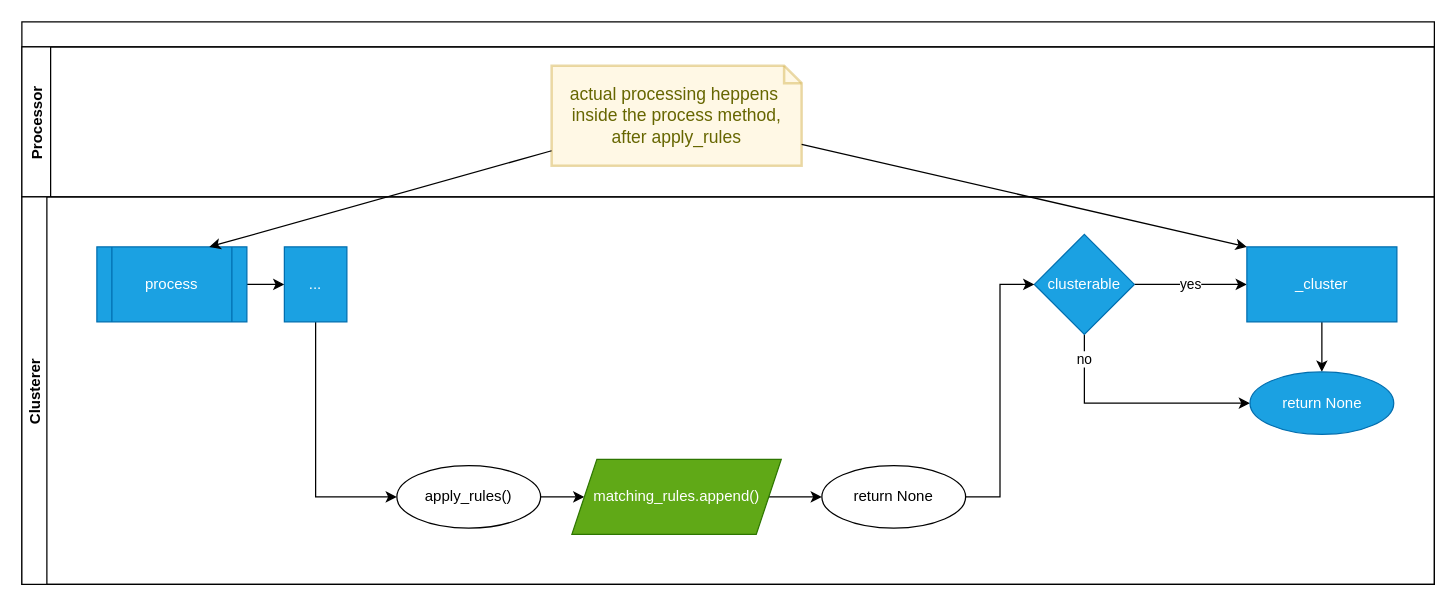
Before: page "Clusterer" (3 of 30) of doc/source/development/architecture/diagramms/process.drawio in fkie-cad/Logprep, a draw.io diagram. Source tidied: cells renumbered, new cells numbered last; positions are measured from the earlier drawing's top-left corner, leaving out a move shared by most shapes. Both pictures are drawn from the tidied source at 125%, with x=0, y=0 at pixel (21, 21).
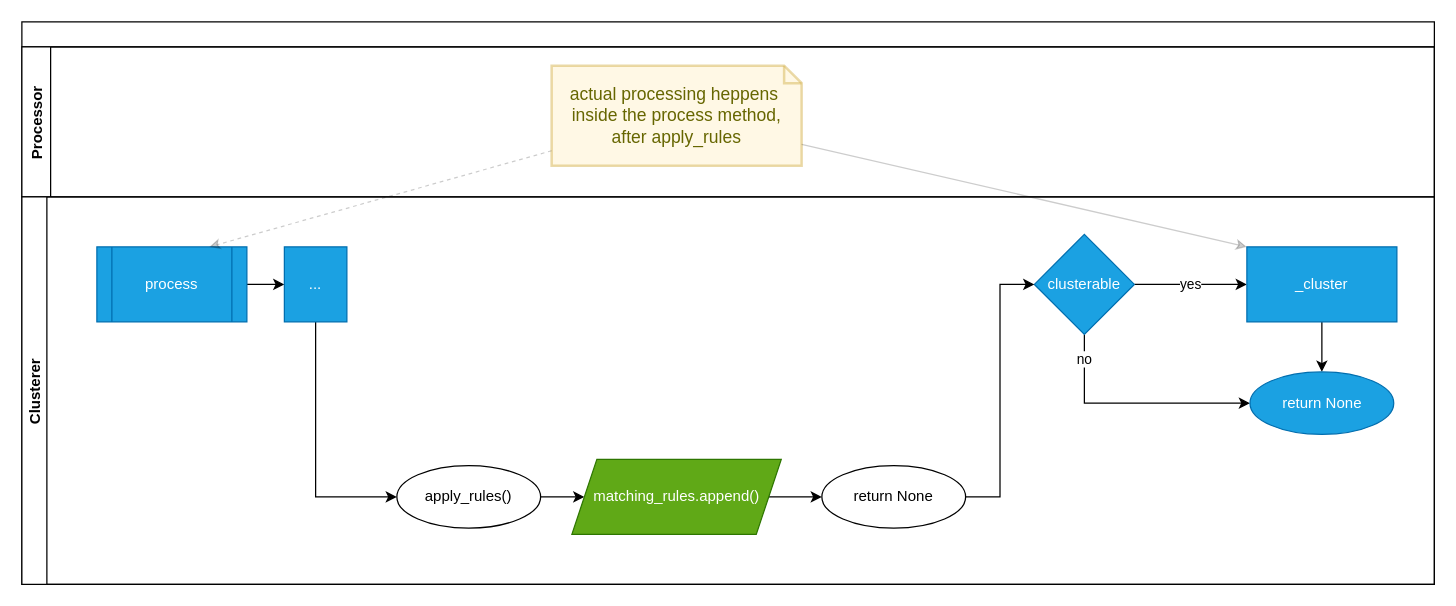
Above is the later version.

Unchanged cells that the change refers to:
```xml
<mxCell id="2" style="swimlane;horizontal=1;startSize=20;" parent="1" vertex="1">
  <mxGeometry width="1130" height="450" as="geometry" />
</mxCell>
<mxCell id="4" value="actual processing heppens&amp;nbsp;&lt;br&gt;inside the process method, after apply_rules" style="shape=note;strokeWidth=2;fontSize=14;size=14;whiteSpace=wrap;html=1;fillColor=#fff2cc;strokeColor=#d6b656;fontColor=#666600;opacity=50;" parent="3" vertex="1">
  <mxGeometry x="423.8" y="15" width="200" height="80" as="geometry" />
</mxCell>
<mxCell id="9" value="process" style="shape=process;whiteSpace=wrap;html=1;backgroundOutline=1;fillColor=#1ba1e2;fontColor=#ffffff;strokeColor=#006EAF;" parent="5" vertex="1">
  <mxGeometry x="60" y="40" width="120" height="60" as="geometry" />
</mxCell>
<mxCell id="18" value="_cluster" style="whiteSpace=wrap;html=1;fillColor=#1ba1e2;fontColor=#ffffff;strokeColor=#006EAF;" parent="5" vertex="1">
  <mxGeometry x="980" y="40" width="120" height="60" as="geometry" />
</mxCell>
```

The edit, as a diff of the source:
```diff
@@
-    <mxCell id="22" style="rounded=0;jettySize=auto;html=1;entryX=0.75;entryY=0;entryDx=0;entryDy=0;" parent="2" edge="1" source="4" target="9">
+    <mxCell id="22" style="rounded=0;jettySize=auto;html=1;entryX=0.75;entryY=0;entryDx=0;entryDy=0;dashed=1;opacity=20;" parent="2" edge="1" source="4" target="9">
       <mxGeometry relative="1" as="geometry" />
     </mxCell>
-    <mxCell id="23" style="edgeStyle=none;rounded=0;jettySize=auto;html=1;entryX=0;entryY=0;entryDx=0;entryDy=0;" parent="2" edge="1" source="4" target="18">
+    <mxCell id="23" style="edgeStyle=none;rounded=0;jettySize=auto;html=1;entryX=0;entryY=0;entryDx=0;entryDy=0;opacity=20;" parent="2" edge="1" source="4" target="18">
       <mxGeometry relative="1" as="geometry" />
     </mxCell>
```
